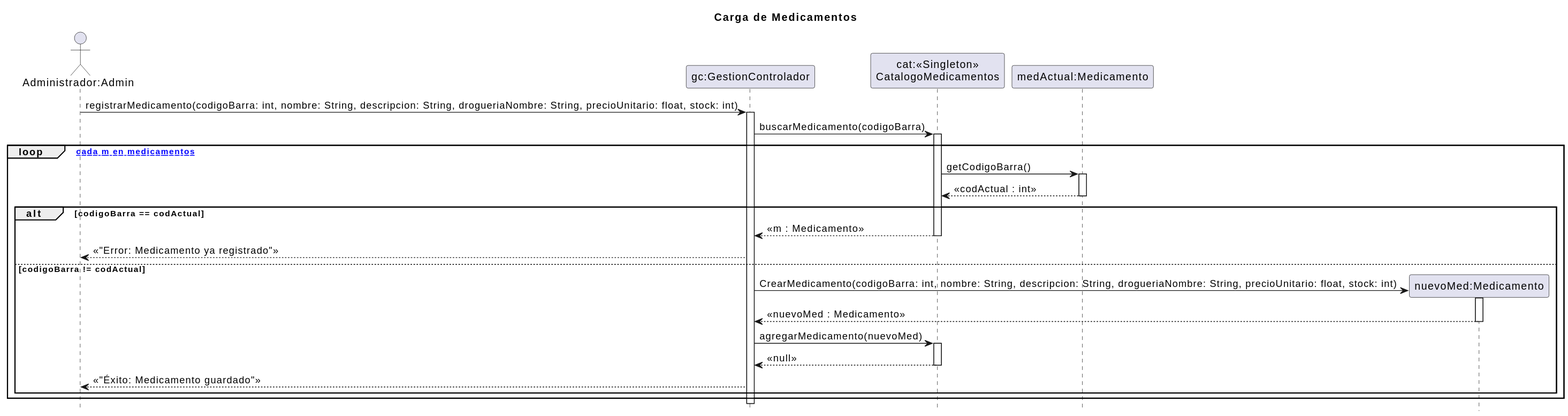
Earlier version of the PlantUML export 08 - Diagramas de Secuencia de Diseño/CargaMedicamentos/Carga_Medicamentos.svg (zEzequR/PF-I).
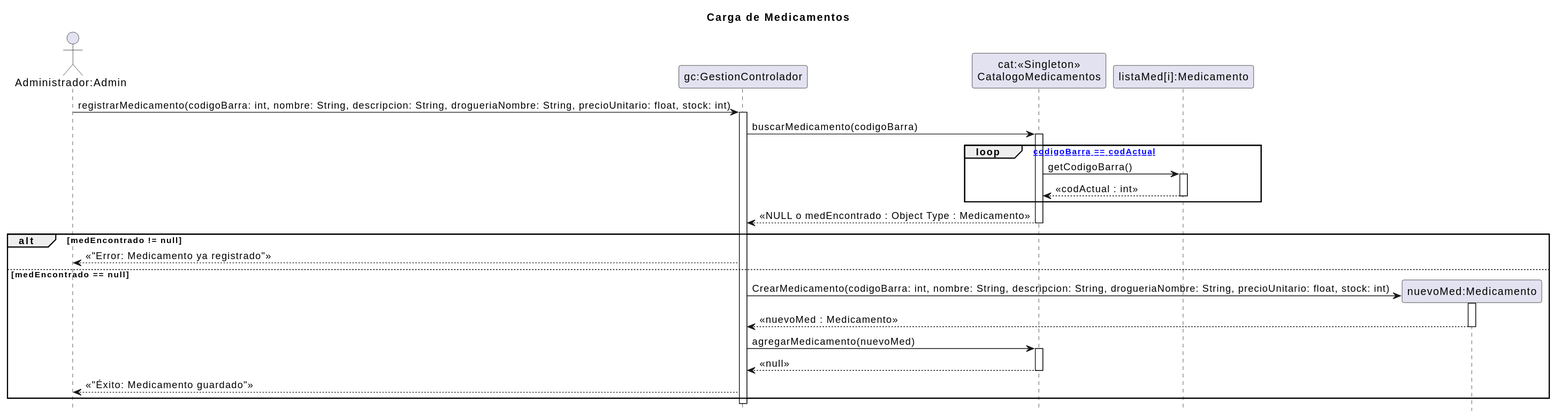
After the commit.

The edit, as a diff of the source:
```diff
@@ -6,7 +6,7 @@
 actor "Administrador:Admin" as admin
 participant "gc:GestionControlador" as ctrl
 participant "cat:<<Singleton>>\nCatalogoMedicamentos" as cat
-participant "medActual:Medicamento" as med_actual
+participant "listaMed[i]:Medicamento" as med_actual
 
 admin -> ctrl : registrarMedicamento(codigoBarra: int, nombre: String, descripcion: String, drogueriaNombre: String, precioUnitario: float, stock: int)
 activate ctrl
@@ -14,18 +14,20 @@
 ctrl -> cat : buscarMedicamento(codigoBarra)
 activate cat
 
-loop [para cada m en medicamentos]
+loop [hasta codigoBarra == codActual]
     cat -> med_actual : getCodigoBarra()
     activate med_actual
     med_actual --> cat : << codActual : int >>
     deactivate med_actual
+end
 
-    alt codigoBarra == codActual
-        cat --> ctrl : << m : Medicamento >>
-        deactivate cat
+cat --> ctrl : << NULL o medEncontrado : Object Type : Medicamento >>
+deactivate cat
+
+    alt medEncontrado != null
         ctrl --> admin : << "Error: Medicamento ya registrado" >>
 
-    else codigoBarra != codActual
+    else medEncontrado == null
         deactivate cat
 
         create participant "nuevoMed:Medicamento" as nuevo_med
@@ -41,7 +43,6 @@
 
         ctrl --> admin : << "Éxito: Medicamento guardado" >>
     end
-end
 
 deactivate ctrl
 @enduml
```
